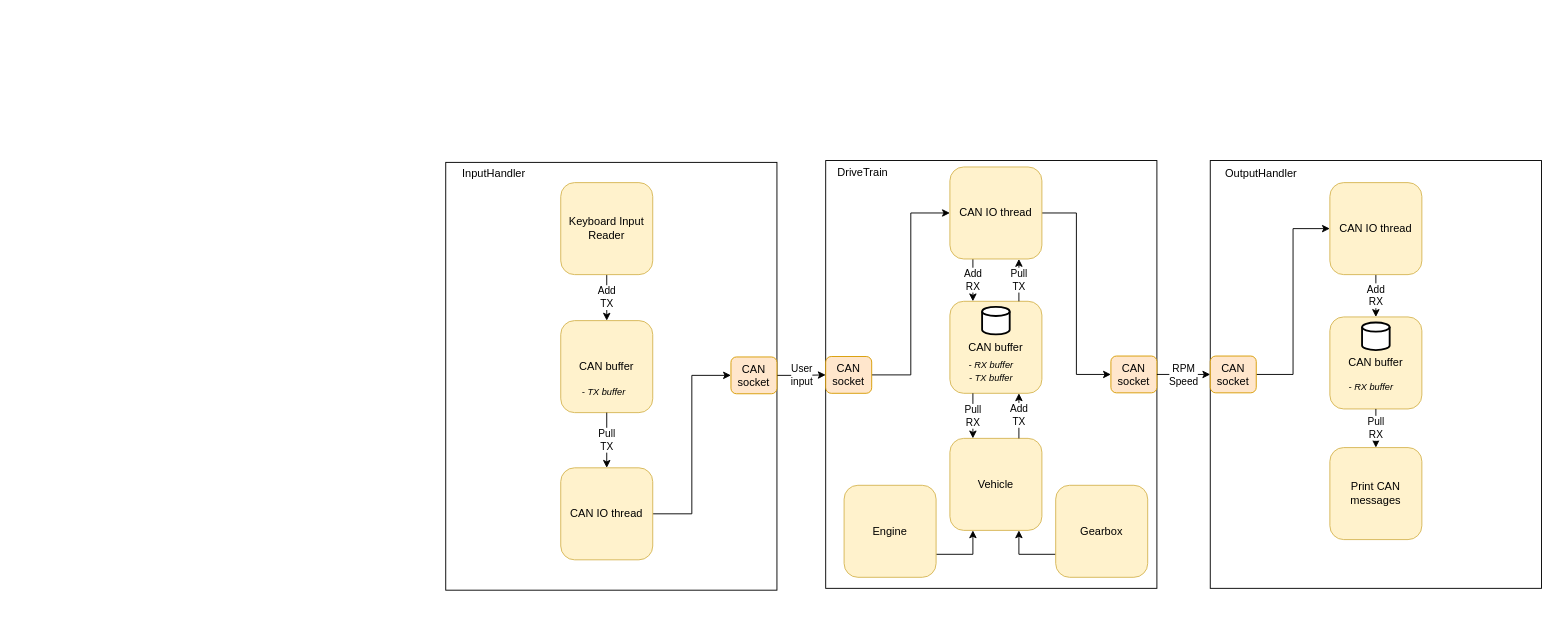
The draw.io diagram project/system_overview/component_diagram_20201119.drawio in rickardljung/bootcamp_course, before the edit. Source tidied: cells renumbered, new cells numbered last; positions are measured from the earlier drawing's top-left corner, leaving out a move shared by most shapes. Both pictures are drawn from the tidied source at 92%, with x=0, y=0 at pixel (445, 114).
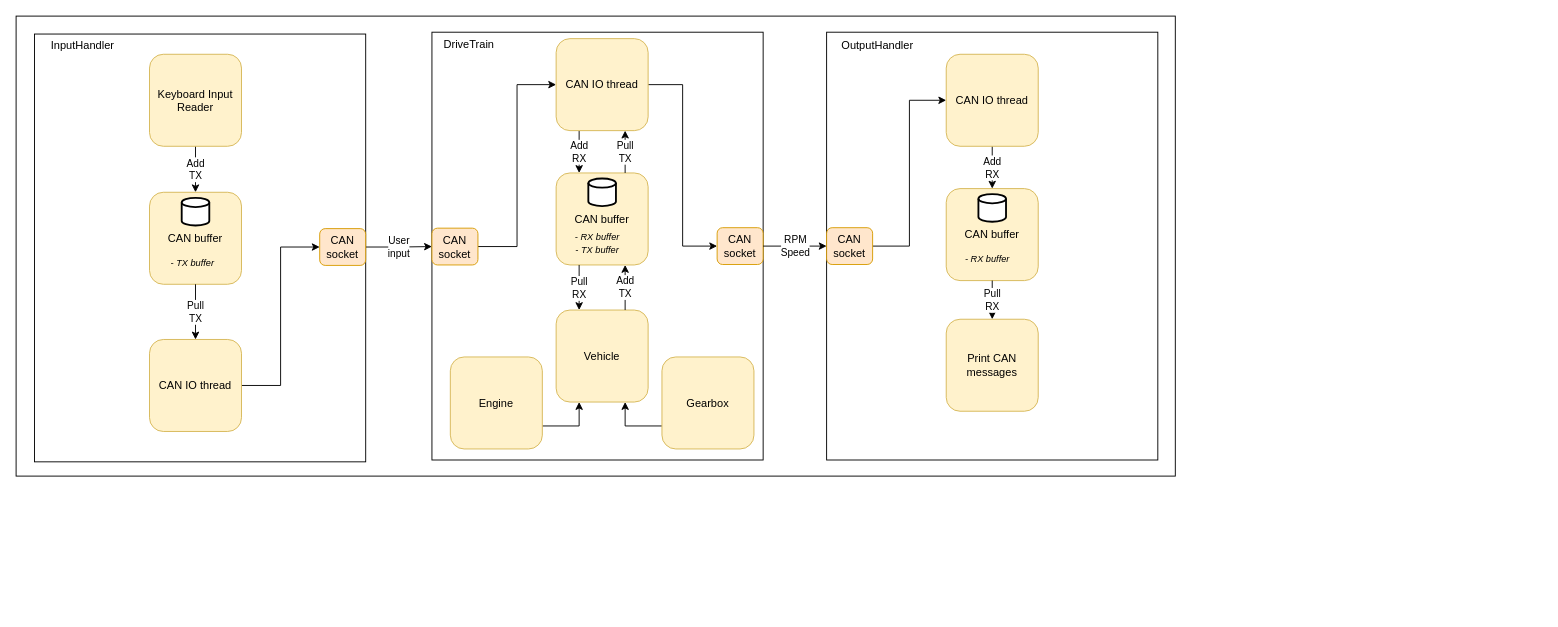
After the change.

The change refers to these unchanged cells:
```xml
<mxCell id="40" style="group;" parent="39" vertex="1">
  <mxGeometry width="526.5" height="280.3" as="geometry" />
</mxCell>
```

Change to the diagram source:
```diff
@@
+    <mxCell id="52" style="rounded=0;whiteSpace=wrap;html=1;" parent="1" vertex="1">
+      <mxGeometry x="-467" y="-107" width="1260" height="500" as="geometry" />
+    </mxCell>
     <mxCell id="2" style="rounded=0;whiteSpace=wrap;html=1;" parent="1" vertex="1">
-      <mxGeometry y="52" width="360" height="465" as="geometry" />
+      <mxGeometry x="-447" y="-87.5" width="360" height="465" as="geometry" />
     </mxCell>
     <mxCell id="3" style="group;" parent="1" vertex="1">
-      <mxGeometry x="373" width="450" height="540" as="geometry" />
+      <mxGeometry x="-54" y="-97" width="450" height="540" as="geometry" />
     </mxCell>
     <mxCell id="4" style="rounded=0;whiteSpace=wrap;html=1;" parent="3" vertex="1">
-      <mxGeometry x="40" y="50" width="360" height="465" as="geometry" />
+      <mxGeometry x="39" y="7.5" width="360" height="465" as="geometry" />
     </mxCell>
     <mxCell id="5" value="DriveTrain" style="text;html=1;align=center;verticalAlign=middle;" parent="3" vertex="1">
-      <mxGeometry x="40" y="53" width="80" height="20" as="geometry" />
+      <mxGeometry x="39" y="10.5" width="80" height="20" as="geometry" />
     </mxCell>
@@
     <mxCell id="7" value="Engine" style="rounded=1;whiteSpace=wrap;html=1;fillColor=#fff2cc;strokeColor=#d6b656;" parent="3" vertex="1">
-      <mxGeometry x="60" y="403" width="100" height="100" as="geometry" />
+      <mxGeometry x="59" y="360.5" width="100" height="100" as="geometry" />
     </mxCell>
@@
     <mxCell id="9" value="Gearbox" style="rounded=1;whiteSpace=wrap;html=1;fillColor=#fff2cc;strokeColor=#d6b656;" parent="3" vertex="1">
-      <mxGeometry x="290" y="403" width="100" height="100" as="geometry" />
+      <mxGeometry x="289" y="360.5" width="100" height="100" as="geometry" />
     </mxCell>
@@
     <mxCell id="11" value="CAN socket" style="rounded=1;whiteSpace=wrap;html=1;fillColor=#ffe6cc;strokeColor=#d79b00;" parent="3" vertex="1">
-      <mxGeometry x="40" y="263" width="50" height="40" as="geometry" />
+      <mxGeometry x="39" y="220.5" width="50" height="40" as="geometry" />
     </mxCell>
@@
     <mxCell id="14" value="CAN IO thread" style="rounded=1;whiteSpace=wrap;html=1;fillColor=#fff2cc;strokeColor=#d6b656;" parent="3" vertex="1">
-      <mxGeometry x="175" y="57" width="100" height="100" as="geometry" />
+      <mxGeometry x="174" y="14.5" width="100" height="100" as="geometry" />
     </mxCell>
     <mxCell id="15" style="group;" parent="3" vertex="1">
-      <mxGeometry x="175" y="203" width="100" height="100" as="geometry" />
+      <mxGeometry x="174" y="160.5" width="100" height="100" as="geometry" />
     </mxCell>
@@
     <mxCell id="19" value="Vehicle" style="rounded=1;whiteSpace=wrap;html=1;fillColor=#fff2cc;strokeColor=#d6b656;" parent="3" vertex="1">
-      <mxGeometry x="175" y="352" width="100" height="100" as="geometry" />
+      <mxGeometry x="174" y="309.5" width="100" height="100" as="geometry" />
     </mxCell>
     <mxCell id="20" value="CAN socket" style="rounded=1;whiteSpace=wrap;html=1;fillColor=#ffe6cc;strokeColor=#d79b00;" parent="3" vertex="1">
-      <mxGeometry x="350" y="262.5" width="50" height="40" as="geometry" />
+      <mxGeometry x="349" y="220" width="50" height="40" as="geometry" />
     </mxCell>
@@
     <mxCell id="25" style="rounded=0;whiteSpace=wrap;html=1;" parent="1" vertex="1">
-      <mxGeometry x="831" y="50" width="360" height="465" as="geometry" />
+      <mxGeometry x="414" y="-89.5" width="360" height="465" as="geometry" />
     </mxCell>
     <mxCell id="26" value="OutputHandler" style="text;html=1;align=center;verticalAlign=middle;" parent="1" vertex="1">
-      <mxGeometry x="831" y="54" width="110" height="20" as="geometry" />
+      <mxGeometry x="414" y="-85.5" width="110" height="20" as="geometry" />
     </mxCell>
@@
     <mxCell id="28" value="CAN socket" style="rounded=1;whiteSpace=wrap;html=1;fillColor=#ffe6cc;strokeColor=#d79b00;" parent="1" vertex="1">
-      <mxGeometry x="831" y="262.5" width="50" height="40" as="geometry" />
+      <mxGeometry x="414" y="123" width="50" height="40" as="geometry" />
     </mxCell>
     <mxCell id="29" value="Print CAN messages" style="rounded=1;whiteSpace=wrap;html=1;fillColor=#fff2cc;strokeColor=#d6b656;" parent="1" vertex="1">
-      <mxGeometry x="961" y="362" width="100" height="100" as="geometry" />
+      <mxGeometry x="544" y="222.5" width="100" height="100" as="geometry" />
     </mxCell>
@@
     <mxCell id="31" value="CAN IO thread" style="rounded=1;whiteSpace=wrap;html=1;fillColor=#fff2cc;strokeColor=#d6b656;" parent="1" vertex="1">
-      <mxGeometry x="961" y="74" width="100" height="100" as="geometry" />
+      <mxGeometry x="544" y="-65.5" width="100" height="100" as="geometry" />
     </mxCell>
     <mxCell id="32" style="group;" parent="1" vertex="1">
-      <mxGeometry x="961" y="220" width="100" height="100" as="geometry" />
+      <mxGeometry x="544" y="80.5" width="100" height="100" as="geometry" />
     </mxCell>
@@
     <mxCell id="37" value="InputHandler" style="text;html=1;align=center;verticalAlign=middle;" parent="1" vertex="1">
-      <mxGeometry x="2" y="54" width="100" height="20" as="geometry" />
+      <mxGeometry x="-445" y="-85.5" width="100" height="20" as="geometry" />
     </mxCell>
     <mxCell id="38" style="group;" parent="1" vertex="1">
-      <mxGeometry x="96" y="224" width="526.5" height="280.3" as="geometry" />
+      <mxGeometry x="-351" y="84.5" width="526.5" height="280.3" as="geometry" />
     </mxCell>
@@
+    <mxCell id="53" style="strokeWidth=2;html=1;shape=mxgraph.flowchart.database;whiteSpace=wrap;" parent="40" vertex="1">
+      <mxGeometry x="64" y="6.1" width="30" height="30" as="geometry" />
+    </mxCell>
@@
     <mxCell id="46" value="Keyboard Input Reader" style="rounded=1;whiteSpace=wrap;html=1;fillColor=#fff2cc;strokeColor=#d6b656;" parent="1" vertex="1">
-      <mxGeometry x="125" y="74" width="100" height="100" as="geometry" />
+      <mxGeometry x="-322" y="-65.5" width="100" height="100" as="geometry" />
     </mxCell>
@@
     <mxCell id="48" value="CAN IO thread" style="rounded=1;whiteSpace=wrap;html=1;fillColor=#fff2cc;strokeColor=#d6b656;" parent="1" vertex="1">
-      <mxGeometry x="125" y="384" width="100" height="100" as="geometry" />
+      <mxGeometry x="-322" y="244.5" width="100" height="100" as="geometry" />
     </mxCell>
@@
     <mxCell id="50" value="CAN socket" style="rounded=1;whiteSpace=wrap;html=1;fillColor=#ffe6cc;strokeColor=#d79b00;" parent="1" vertex="1">
-      <mxGeometry x="310" y="263.5" width="50" height="40" as="geometry" />
+      <mxGeometry x="-137" y="124" width="50" height="40" as="geometry" />
     </mxCell>
```
